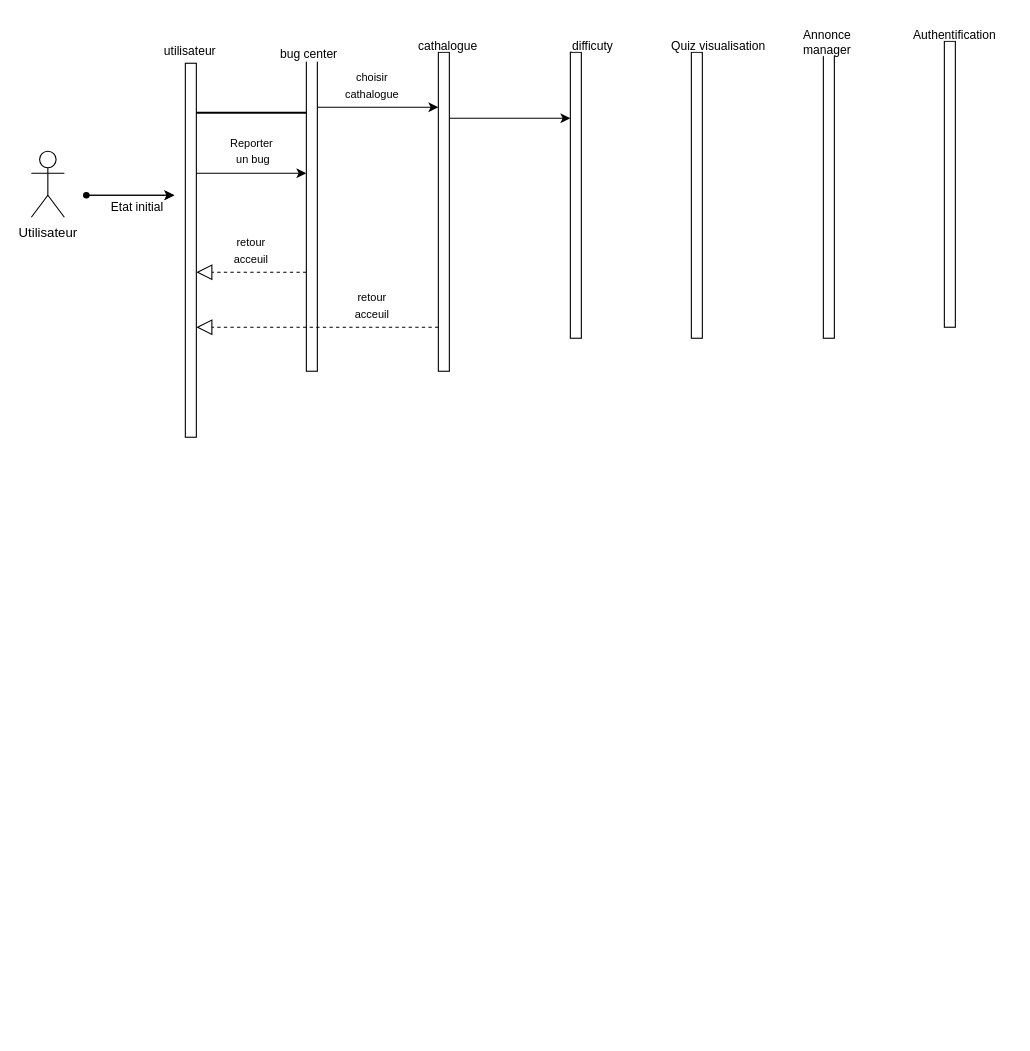
Earlier version of the draw.io diagram page "Page-2" (2 of 3) of Diagramme sans nom.drawio (murielleflora/test-repositoire). Source tidied: cells renumbered, new cells numbered last; positions are measured from the earlier drawing's top-left corner, leaving out a move shared by most shapes. Both pictures are drawn from the tidied source at 110%, with x=0, y=0 at pixel (31, 19).
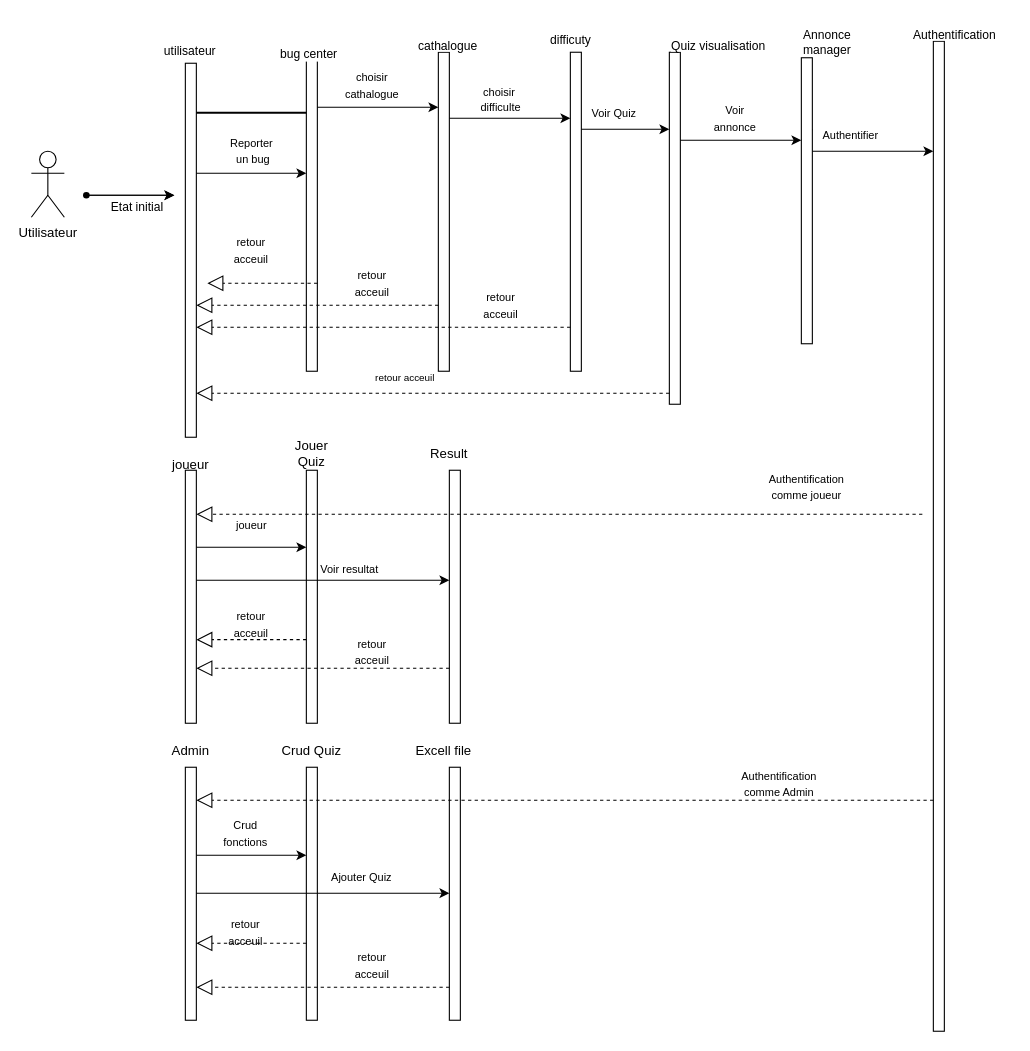
The same diagram, later.

Commit message:
Mettre à jour Diagramme sans nom.drawio

Unchanged cells that the change refers to:
```xml
<mxCell id="7" style="html=1;points=[[0,0,0,0,5],[0,1,0,0,-5],[1,0,0,0,5],[1,1,0,0,-5]];perimeter=orthogonalPerimeter;outlineConnect=0;targetShapes=umlLifeline;portConstraint=eastwest;newEdgeStyle={&quot;curved&quot;:0,&quot;rounded&quot;:0};" parent="1" vertex="1">
  <mxGeometry x="250" y="30" width="10" height="290" as="geometry" />
</mxCell>
<mxCell id="8" style="html=1;points=[[0,0,0,0,5],[0,1,0,0,-5],[1,0,0,0,5],[1,1,0,0,-5]];perimeter=orthogonalPerimeter;outlineConnect=0;targetShapes=umlLifeline;portConstraint=eastwest;newEdgeStyle={&quot;curved&quot;:0,&quot;rounded&quot;:0};" parent="1" vertex="1">
  <mxGeometry x="370" y="30" width="10" height="290" as="geometry" />
</mxCell>
```

What changed in the source:
```diff
@@
     <mxCell id="9" style="html=1;points=[[0,0,0,0,5],[0,1,0,0,-5],[1,0,0,0,5],[1,1,0,0,-5]];perimeter=orthogonalPerimeter;outlineConnect=0;targetShapes=umlLifeline;portConstraint=eastwest;newEdgeStyle={&quot;curved&quot;:0,&quot;rounded&quot;:0};" parent="1" vertex="1">
-      <mxGeometry x="490" y="30" width="10" height="260" as="geometry" />
+      <mxGeometry x="490" y="30" width="10" height="290" as="geometry" />
     </mxCell>
     <mxCell id="10" style="html=1;points=[[0,0,0,0,5],[0,1,0,0,-5],[1,0,0,0,5],[1,1,0,0,-5]];perimeter=orthogonalPerimeter;outlineConnect=0;targetShapes=umlLifeline;portConstraint=eastwest;newEdgeStyle={&quot;curved&quot;:0,&quot;rounded&quot;:0};" parent="1" vertex="1">
-      <mxGeometry x="600" y="30" width="10" height="260" as="geometry" />
+      <mxGeometry x="580" y="30" width="10" height="320" as="geometry" />
     </mxCell>
-    <mxCell id="11" style="html=1;points=[[0,0,0,0,5],[0,1,0,0,-5],[1,0,0,0,5],[1,1,0,0,-5]];perimeter=orthogonalPerimeter;outlineConnect=0;targetShapes=umlLifeline;portConstraint=eastwest;newEdgeStyle={&quot;curved&quot;:0,&quot;rounded&quot;:0};" parent="1" vertex="1">
-      <mxGeometry x="720" y="30" width="10" height="260" as="geometry" />
-    </mxCell>
     <mxCell id="12" style="html=1;points=[[0,0,0,0,5],[0,1,0,0,-5],[1,0,0,0,5],[1,1,0,0,-5]];perimeter=orthogonalPerimeter;outlineConnect=0;targetShapes=umlLifeline;portConstraint=eastwest;newEdgeStyle={&quot;curved&quot;:0,&quot;rounded&quot;:0};" parent="1" vertex="1">
-      <mxGeometry x="830" y="20" width="10" height="260" as="geometry" />
+      <mxGeometry x="820" y="20" width="10" height="900" as="geometry" />
     </mxCell>
@@
     <mxCell id="14" style="endArrow=classic;html=1;rounded=0;" parent="1" edge="1" source="7" target="8">
       <mxGeometry relative="1" as="geometry">
         <Array as="points">
           <mxPoint x="290" y="80" />
+          <mxPoint x="330" y="80" />
           <mxPoint x="370" y="80" />
         </Array>
       </mxGeometry>
     </mxCell>
@@
     <mxCell id="19" value="&lt;div style=&quot;text-align: center;&quot;&gt;&lt;span style=&quot;font-size: 11px; background-color: rgb(255, 255, 255);&quot;&gt;difficuty&lt;/span&gt;&lt;/div&gt;" style="text;whiteSpace=wrap;html=1;" parent="1" vertex="1">
-      <mxGeometry x="490" y="10" width="90" height="30" as="geometry" />
+      <mxGeometry x="470" y="5" width="90" height="30" as="geometry" />
     </mxCell>
@@
     <mxCell id="26" style="endArrow=block;dashed=1;endFill=0;endSize=12;html=1;rounded=0;" parent="1" edge="1">
       <mxGeometry relative="1" as="geometry">
-        <mxPoint x="250" y="230" as="sourcePoint" />
-        <mxPoint x="150" y="230" as="targetPoint" />
+        <mxPoint x="250" y="564" as="sourcePoint" />
+        <mxPoint x="150" y="564" as="targetPoint" />
       </mxGeometry>
     </mxCell>
@@
     <mxCell id="28" style="endArrow=block;dashed=1;endFill=0;endSize=12;html=1;rounded=0;" parent="1" edge="1">
       <mxGeometry relative="1" as="geometry">
-        <mxPoint x="370" y="280" as="sourcePoint" />
-        <mxPoint x="150" y="280" as="targetPoint" />
+        <mxPoint x="370" y="260" as="sourcePoint" />
+        <mxPoint x="150" y="260" as="targetPoint" />
       </mxGeometry>
     </mxCell>
     <mxCell id="29" value="&lt;font style=&quot;font-size: 10px;&quot;&gt;retour acceuil&lt;/font&gt;" style="text;html=1;strokeColor=none;fillColor=none;align=center;verticalAlign=middle;whiteSpace=wrap;rounded=0;" parent="1" vertex="1">
-      <mxGeometry x="280" y="250" width="60" height="20" as="geometry" />
+      <mxGeometry x="280" y="230" width="60" height="20" as="geometry" />
     </mxCell>
@@
+    <mxCell id="31" style="endArrow=block;dashed=1;endFill=0;endSize=12;html=1;rounded=0;" parent="1" edge="1" source="9">
+      <mxGeometry relative="1" as="geometry">
+        <mxPoint x="150" y="280" as="targetPoint" />
+      </mxGeometry>
+    </mxCell>
+    <mxCell id="32" value="&lt;font style=&quot;font-size: 10px;&quot;&gt;retour acceuil&lt;/font&gt;" style="text;html=1;strokeColor=none;fillColor=none;align=center;verticalAlign=middle;whiteSpace=wrap;rounded=0;" parent="1" vertex="1">
+      <mxGeometry x="397" y="250" width="60" height="20" as="geometry" />
+    </mxCell>
+    <mxCell id="33" value="&lt;font style=&quot;font-size: 10px;&quot;&gt;choisir&amp;nbsp;&lt;br&gt;difficulte&lt;br&gt;&lt;br&gt;&lt;/font&gt;" style="text;html=1;strokeColor=none;fillColor=none;align=center;verticalAlign=middle;whiteSpace=wrap;rounded=0;" parent="1" vertex="1">
+      <mxGeometry x="397" y="70" width="60" height="20" as="geometry" />
+    </mxCell>
+    <mxCell id="34" value="&lt;font style=&quot;font-size: 10px;&quot;&gt;Voir Quiz&lt;br&gt;&lt;/font&gt;" style="text;html=1;strokeColor=none;fillColor=none;align=center;verticalAlign=middle;whiteSpace=wrap;rounded=0;" parent="1" vertex="1">
+      <mxGeometry x="500" y="75" width="60" height="20" as="geometry" />
+    </mxCell>
+    <mxCell id="35" style="endArrow=classic;html=1;rounded=0;" parent="1" edge="1">
+      <mxGeometry relative="1" as="geometry">
+        <mxPoint x="500" y="100" as="sourcePoint" />
+        <mxPoint x="580" y="100" as="targetPoint" />
+      </mxGeometry>
+    </mxCell>
+    <mxCell id="36" style="endArrow=block;dashed=1;endFill=0;endSize=12;html=1;rounded=0;" parent="1" edge="1" source="10">
+      <mxGeometry relative="1" as="geometry">
+        <mxPoint x="150" y="340" as="targetPoint" />
+      </mxGeometry>
+    </mxCell>
+    <mxCell id="37" value="&lt;font style=&quot;font-size: 9px;&quot;&gt;retour acceuil&lt;/font&gt;" style="text;html=1;strokeColor=none;fillColor=none;align=center;verticalAlign=middle;whiteSpace=wrap;rounded=0;" parent="1" vertex="1">
+      <mxGeometry x="310" y="320" width="60" height="10" as="geometry" />
+    </mxCell>
+    <mxCell id="38" style="endArrow=classic;html=1;rounded=0;exitX=1;exitY=0.25;exitDx=0;exitDy=0;exitPerimeter=0;" parent="1" edge="1" source="11">
+      <mxGeometry relative="1" as="geometry">
+        <mxPoint x="700" y="110" as="targetPoint" />
+      </mxGeometry>
+    </mxCell>
+    <mxCell id="39" value="&lt;font style=&quot;font-size: 10px;&quot;&gt;Voir annonce&lt;br&gt;&lt;/font&gt;" style="text;html=1;strokeColor=none;fillColor=none;align=center;verticalAlign=middle;whiteSpace=wrap;rounded=0;" parent="1" vertex="1">
+      <mxGeometry x="610" y="80" width="60" height="20" as="geometry" />
+    </mxCell>
+    <mxCell id="40" style="endArrow=classic;html=1;rounded=0;exitX=1;exitY=0.25;exitDx=0;exitDy=0;exitPerimeter=0;" parent="1" edge="1" source="10" target="11">
+      <mxGeometry relative="1" as="geometry" />
+    </mxCell>
+    <mxCell id="11" style="html=1;points=[[0,0,0,0,5],[0,1,0,0,-5],[1,0,0,0,5],[1,1,0,0,-5]];perimeter=orthogonalPerimeter;outlineConnect=0;targetShapes=umlLifeline;portConstraint=eastwest;newEdgeStyle={&quot;curved&quot;:0,&quot;rounded&quot;:0};" parent="1" vertex="1">
+      <mxGeometry x="700" y="35" width="10" height="260" as="geometry" />
+    </mxCell>
+    <mxCell id="41" style="endArrow=classic;html=1;rounded=0;exitX=1;exitY=0.25;exitDx=0;exitDy=0;exitPerimeter=0;" parent="1" edge="1">
+      <mxGeometry relative="1" as="geometry">
+        <mxPoint x="710" y="120" as="sourcePoint" />
+        <mxPoint x="820" y="120" as="targetPoint" />
+      </mxGeometry>
+    </mxCell>
+    <mxCell id="42" value="&lt;font style=&quot;font-size: 10px;&quot;&gt;Authentifier&lt;br&gt;&lt;/font&gt;" style="text;html=1;strokeColor=none;fillColor=none;align=center;verticalAlign=middle;whiteSpace=wrap;rounded=0;" parent="1" vertex="1">
+      <mxGeometry x="715" y="95" width="60" height="20" as="geometry" />
+    </mxCell>
+    <mxCell id="43" style="html=1;points=[[0,0,0,0,5],[0,1,0,0,-5],[1,0,0,0,5],[1,1,0,0,-5]];perimeter=orthogonalPerimeter;outlineConnect=0;targetShapes=umlLifeline;portConstraint=eastwest;newEdgeStyle={&quot;curved&quot;:0,&quot;rounded&quot;:0};" parent="1" vertex="1">
+      <mxGeometry x="140" y="410" width="10" height="230" as="geometry" />
+    </mxCell>
+    <mxCell id="44" value="joueur" style="text;html=1;strokeColor=none;fillColor=none;align=center;verticalAlign=middle;whiteSpace=wrap;rounded=0;" parent="1" vertex="1">
+      <mxGeometry x="115" y="390" width="60" height="30" as="geometry" />
+    </mxCell>
+    <mxCell id="45" style="html=1;perimeter=orthogonalPerimeter;targetShapes=umlLifeline;newEdgeStyle={&quot;curved&quot;:0,&quot;rounded&quot;:0};" parent="1" vertex="1">
+      <mxGeometry x="250" y="410" width="10" height="230" as="geometry" />
+    </mxCell>
+    <mxCell id="46" style="html=1;points=[[0,0,0,0,5],[0,1,0,0,-5],[1,0,0,0,5],[1,1,0,0,-5]];perimeter=orthogonalPerimeter;outlineConnect=0;targetShapes=umlLifeline;portConstraint=eastwest;newEdgeStyle={&quot;curved&quot;:0,&quot;rounded&quot;:0};" parent="1" vertex="1">
+      <mxGeometry x="380" y="410" width="10" height="230" as="geometry" />
+    </mxCell>
+    <mxCell id="47" value="&lt;span style=&quot;font-size: 10px;&quot;&gt;Voir resultat&lt;/span&gt;" style="endArrow=classic;html=1;rounded=0;" parent="1" edge="1">
+      <mxGeometry x="0.21" y="10" relative="1" as="geometry">
+        <mxPoint x="150" y="510" as="sourcePoint" />
+        <mxPoint x="380" y="510" as="targetPoint" />
+        <Array as="points">
+          <mxPoint x="220" y="510" />
+        </Array>
+      </mxGeometry>
+    </mxCell>
+    <mxCell id="48" value="&lt;span style=&quot;font-size: 10px;&quot;&gt;joueur&lt;/span&gt;" style="endArrow=classic;html=1;rounded=0;" parent="1" edge="1">
+      <mxGeometry y="20" relative="1" as="geometry">
+        <mxPoint x="150" y="480" as="sourcePoint" />
+        <mxPoint x="250" y="480" as="targetPoint" />
+        <Array as="points">
+          <mxPoint x="220" y="480" />
+        </Array>
+      </mxGeometry>
+    </mxCell>
+    <mxCell id="49" style="endArrow=block;dashed=1;endFill=0;endSize=12;html=1;rounded=0;" parent="1" edge="1" target="43">
+      <mxGeometry relative="1" as="geometry">
+        <mxPoint x="810" y="450" as="sourcePoint" />
+      </mxGeometry>
+    </mxCell>
+    <mxCell id="50" value="&lt;font style=&quot;font-size: 10px;&quot;&gt;Authentification comme joueur&lt;/font&gt;" style="text;html=1;strokeColor=none;fillColor=none;align=center;verticalAlign=middle;whiteSpace=wrap;rounded=0;" parent="1" vertex="1">
+      <mxGeometry x="675" y="410" width="60" height="30" as="geometry" />
+    </mxCell>
+    <mxCell id="51" style="endArrow=block;dashed=1;endFill=0;endSize=12;html=1;rounded=0;" parent="1" edge="1">
+      <mxGeometry relative="1" as="geometry">
+        <mxPoint x="260" y="240" as="sourcePoint" />
+        <mxPoint x="160" y="240" as="targetPoint" />
+      </mxGeometry>
+    </mxCell>
+    <mxCell id="52" value="&lt;font style=&quot;font-size: 10px;&quot;&gt;retour acceuil&lt;/font&gt;" style="text;html=1;strokeColor=none;fillColor=none;align=center;verticalAlign=middle;whiteSpace=wrap;rounded=0;" parent="1" vertex="1">
+      <mxGeometry x="170" y="540" width="60" height="20" as="geometry" />
+    </mxCell>
+    <mxCell id="53" style="endArrow=block;dashed=1;endFill=0;endSize=12;html=1;rounded=0;" parent="1" edge="1" source="46">
+      <mxGeometry relative="1" as="geometry">
+        <mxPoint x="150" y="590" as="targetPoint" />
+      </mxGeometry>
+    </mxCell>
+    <mxCell id="54" value="&lt;font style=&quot;font-size: 10px;&quot;&gt;retour acceuil&lt;/font&gt;" style="text;html=1;strokeColor=none;fillColor=none;align=center;verticalAlign=middle;whiteSpace=wrap;rounded=0;" parent="1" vertex="1">
+      <mxGeometry x="280" y="565" width="60" height="20" as="geometry" />
+    </mxCell>
+    <mxCell id="55" style="html=1;perimeter=orthogonalPerimeter;targetShapes=umlLifeline;newEdgeStyle={&quot;curved&quot;:0,&quot;rounded&quot;:0};" parent="1" vertex="1">
+      <mxGeometry x="140" y="680" width="10" height="230" as="geometry" />
+    </mxCell>
+    <mxCell id="56" value="Admin" style="text;html=1;strokeColor=none;fillColor=none;align=center;verticalAlign=middle;whiteSpace=wrap;rounded=0;" parent="1" vertex="1">
+      <mxGeometry x="115" y="650" width="60" height="30" as="geometry" />
+    </mxCell>
+    <mxCell id="57" style="html=1;perimeter=orthogonalPerimeter;targetShapes=umlLifeline;newEdgeStyle={&quot;curved&quot;:0,&quot;rounded&quot;:0};" parent="1" vertex="1">
+      <mxGeometry x="250" y="680" width="10" height="230" as="geometry" />
+    </mxCell>
+    <mxCell id="58" style="html=1;perimeter=orthogonalPerimeter;targetShapes=umlLifeline;newEdgeStyle={&quot;curved&quot;:0,&quot;rounded&quot;:0};" parent="1" vertex="1">
+      <mxGeometry x="380" y="680" width="10" height="230" as="geometry" />
+    </mxCell>
+    <mxCell id="59" value="Jouer&lt;br&gt;Quiz" style="text;html=1;strokeColor=none;fillColor=none;align=center;verticalAlign=middle;whiteSpace=wrap;rounded=0;" parent="1" vertex="1">
+      <mxGeometry x="225" y="380" width="60" height="30" as="geometry" />
+    </mxCell>
+    <mxCell id="60" value="Result" style="text;html=1;strokeColor=none;fillColor=none;align=center;verticalAlign=middle;whiteSpace=wrap;rounded=0;" parent="1" vertex="1">
+      <mxGeometry x="350" y="380" width="60" height="30" as="geometry" />
+    </mxCell>
+    <mxCell id="61" value="Crud Quiz" style="text;html=1;strokeColor=none;fillColor=none;align=center;verticalAlign=middle;whiteSpace=wrap;rounded=0;" parent="1" vertex="1">
+      <mxGeometry x="225" y="650" width="60" height="30" as="geometry" />
+    </mxCell>
+    <mxCell id="62" value="Excell file" style="text;html=1;strokeColor=none;fillColor=none;align=center;verticalAlign=middle;whiteSpace=wrap;rounded=0;" parent="1" vertex="1">
+      <mxGeometry x="345" y="650" width="60" height="30" as="geometry" />
+    </mxCell>
+    <mxCell id="63" style="endArrow=block;dashed=1;endFill=0;endSize=12;html=1;rounded=0;" parent="1" edge="1" source="12">
+      <mxGeometry relative="1" as="geometry">
+        <mxPoint x="150" y="710" as="targetPoint" />
+      </mxGeometry>
+    </mxCell>
+    <mxCell id="64" value="&lt;font style=&quot;font-size: 10px;&quot;&gt;Authentification comme Admin&lt;/font&gt;" style="text;html=1;strokeColor=none;fillColor=none;align=center;verticalAlign=middle;whiteSpace=wrap;rounded=0;" parent="1" vertex="1">
+      <mxGeometry x="650" y="680" width="60" height="30" as="geometry" />
+    </mxCell>
+    <mxCell id="65" value="&lt;span style=&quot;font-size: 10px;&quot;&gt;Crud fonctions&lt;/span&gt;" style="text;html=1;strokeColor=none;fillColor=none;align=center;verticalAlign=middle;whiteSpace=wrap;rounded=0;" parent="1" vertex="1">
+      <mxGeometry x="165" y="730" width="60" height="20" as="geometry" />
+    </mxCell>
+    <mxCell id="66" style="endArrow=classic;html=1;rounded=0;" parent="1" edge="1">
+      <mxGeometry y="20" relative="1" as="geometry">
+        <mxPoint x="150" y="760" as="sourcePoint" />
+        <mxPoint x="250" y="760" as="targetPoint" />
+        <Array as="points">
+          <mxPoint x="220" y="760" />
+        </Array>
+      </mxGeometry>
+    </mxCell>
+    <mxCell id="67" value="&lt;span style=&quot;font-size: 10px;&quot;&gt;Ajouter Quiz&lt;/span&gt;" style="endArrow=classic;html=1;rounded=0;" parent="1" edge="1">
+      <mxGeometry x="0.3" y="15" relative="1" as="geometry">
+        <mxPoint x="150" y="794.5" as="sourcePoint" />
+        <mxPoint x="380" y="794.5" as="targetPoint" />
+        <Array as="points">
+          <mxPoint x="220" y="794.5" />
+        </Array>
+      </mxGeometry>
+    </mxCell>
+    <mxCell id="68" style="endArrow=block;dashed=1;endFill=0;endSize=12;html=1;rounded=0;" parent="1" edge="1">
+      <mxGeometry relative="1" as="geometry">
+        <mxPoint x="250" y="840" as="sourcePoint" />
+        <mxPoint x="150" y="840" as="targetPoint" />
+      </mxGeometry>
+    </mxCell>
+    <mxCell id="69" value="&lt;font style=&quot;font-size: 10px;&quot;&gt;retour acceuil&lt;/font&gt;" style="text;html=1;strokeColor=none;fillColor=none;align=center;verticalAlign=middle;whiteSpace=wrap;rounded=0;" parent="1" vertex="1">
+      <mxGeometry x="165" y="820" width="60" height="20" as="geometry" />
+    </mxCell>
+    <mxCell id="70" style="endArrow=block;dashed=1;endFill=0;endSize=12;html=1;rounded=0;" parent="1" edge="1">
+      <mxGeometry relative="1" as="geometry">
+        <mxPoint x="380" y="880" as="sourcePoint" />
+        <mxPoint x="150" y="880" as="targetPoint" />
+      </mxGeometry>
+    </mxCell>
+    <mxCell id="71" value="&lt;font style=&quot;font-size: 10px;&quot;&gt;retour acceuil&lt;/font&gt;" style="text;html=1;strokeColor=none;fillColor=none;align=center;verticalAlign=middle;whiteSpace=wrap;rounded=0;" parent="1" vertex="1">
+      <mxGeometry x="280" y="850" width="60" height="20" as="geometry" />
+    </mxCell>
```
